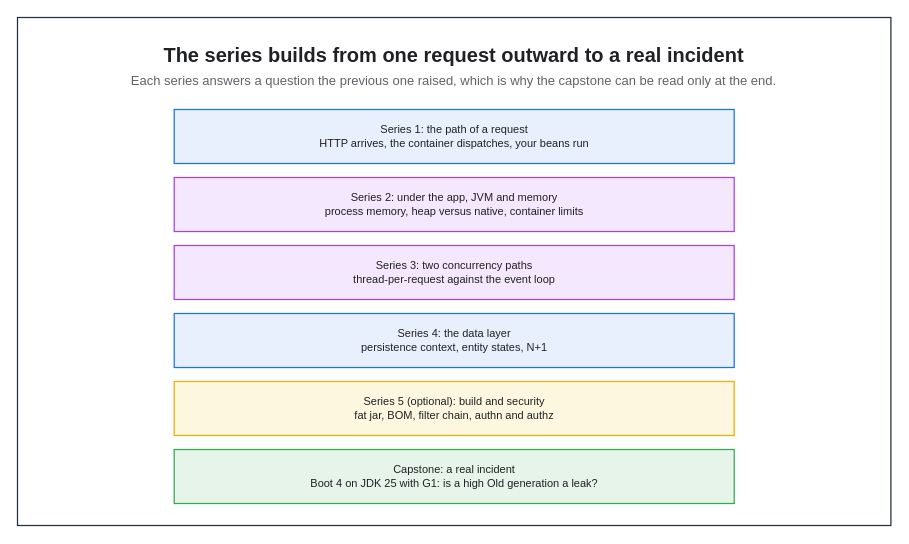
KKamJi98/kkamji98.github.io keeps this draw.io diagram as assets/img/spring/spring-02-reading-order-map.drawio. Above is the earlier version. Source tidied: cells renumbered, new cells numbered last; positions are measured from the earlier drawing's top-left corner, leaving out a move shared by most shapes. Both pictures are drawn from the tidied source at 100%, with x=0, y=0 at pixel (17, 17).
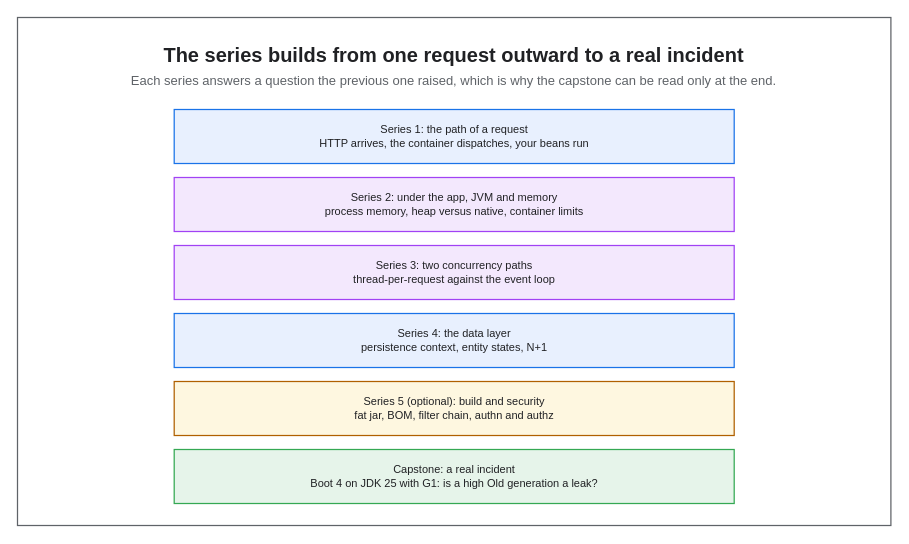
Above is the later version.

The edit, as a diff of the source:
```diff
@@
 <mxGraphModel background="#FFFFFF">
   <root>
     <mxCell id="0" />
     <mxCell id="1" parent="0" />
-    <mxCell id="2" style="rounded=0;html=0;fillColor=none;strokeColor=#232F3E;fontColor=#202124;strokeWidth=1.25;" parent="1" vertex="1">
+    <mxCell id="2" style="rounded=0;html=0;fillColor=none;strokeColor=#5F6368;fontColor=#202124;strokeWidth=1.25;" parent="1" vertex="1">
       <mxGeometry width="873.4" height="508" as="geometry" />
     </mxCell>
     <mxCell id="3" value="The series builds from one request outward to a real incident" style="text;html=0;whiteSpace=wrap;fillColor=none;strokeColor=none;fontColor=#202124;fontSize=20;fontStyle=1;align=center;verticalAlign=middle;" parent="1" vertex="1">
       <mxGeometry x="22" y="22" width="829.4" height="30" as="geometry" />
     </mxCell>
     <mxCell id="4" value="Each series answers a question the previous one raised, which is why the capstone can be read only at the end." style="text;html=0;whiteSpace=wrap;fillColor=none;strokeColor=none;fontColor=#5F6368;fontSize=13;fontStyle=0;align=center;verticalAlign=middle;" parent="1" vertex="1">
       <mxGeometry x="22" y="52" width="829.4" height="22" as="geometry" />
     </mxCell>
     <mxCell id="5" value="Series 1: the path of a request&#10;HTTP arrives, the container dispatches, your beans run" style="rounded=0;whiteSpace=wrap;html=0;fillColor=#E8F0FE;strokeColor=#1A73E8;fontColor=#202124;fontSize=11;fontStyle=0;align=center;verticalAlign=middle;spacingLeft=6;spacingRight=6;strokeWidth=1.25;" parent="1" vertex="1">
       <mxGeometry x="156.7" y="92" width="560" height="54" as="geometry" />
     </mxCell>
     <mxCell id="6" value="Series 2: under the app, JVM and memory&#10;process memory, heap versus native, container limits" style="rounded=0;whiteSpace=wrap;html=0;fillColor=#F3E8FD;strokeColor=#A142F4;fontColor=#202124;fontSize=11;fontStyle=0;align=center;verticalAlign=middle;spacingLeft=6;spacingRight=6;strokeWidth=1.25;" parent="1" vertex="1">
       <mxGeometry x="156.7" y="160" width="560" height="54" as="geometry" />
     </mxCell>
     <mxCell id="7" value="Series 3: two concurrency paths&#10;thread-per-request against the event loop" style="rounded=0;whiteSpace=wrap;html=0;fillColor=#F3E8FD;strokeColor=#A142F4;fontColor=#202124;fontSize=11;fontStyle=0;align=center;verticalAlign=middle;spacingLeft=6;spacingRight=6;strokeWidth=1.25;" parent="1" vertex="1">
       <mxGeometry x="156.7" y="228" width="560" height="54" as="geometry" />
     </mxCell>
     <mxCell id="8" value="Series 4: the data layer&#10;persistence context, entity states, N+1" style="rounded=0;whiteSpace=wrap;html=0;fillColor=#E8F0FE;strokeColor=#1A73E8;fontColor=#202124;fontSize=11;fontStyle=0;align=center;verticalAlign=middle;spacingLeft=6;spacingRight=6;strokeWidth=1.25;" parent="1" vertex="1">
       <mxGeometry x="156.7" y="296" width="560" height="54" as="geometry" />
     </mxCell>
-    <mxCell id="9" value="Series 5 (optional): build and security&#10;fat jar, BOM, filter chain, authn and authz" style="rounded=0;whiteSpace=wrap;html=0;fillColor=#FEF7E0;strokeColor=#F9AB00;fontColor=#202124;fontSize=11;fontStyle=0;align=center;verticalAlign=middle;spacingLeft=6;spacingRight=6;strokeWidth=1.25;" parent="1" vertex="1">
+    <mxCell id="9" value="Series 5 (optional): build and security&#10;fat jar, BOM, filter chain, authn and authz" style="rounded=0;whiteSpace=wrap;html=0;fillColor=#FEF7E0;strokeColor=#B06000;fontColor=#202124;fontSize=11;fontStyle=0;align=center;verticalAlign=middle;spacingLeft=6;spacingRight=6;strokeWidth=1.25;" parent="1" vertex="1">
       <mxGeometry x="156.7" y="364" width="560" height="54" as="geometry" />
     </mxCell>
     <mxCell id="10" value="Capstone: a real incident&#10;Boot 4 on JDK 25 with G1: is a high Old generation a leak?" style="rounded=0;whiteSpace=wrap;html=0;fillColor=#E6F4EA;strokeColor=#34A853;fontColor=#202124;fontSize=11;fontStyle=0;align=center;verticalAlign=middle;spacingLeft=6;spacingRight=6;strokeWidth=1.25;" parent="1" vertex="1">
       <mxGeometry x="156.7" y="432" width="560" height="54" as="geometry" />
     </mxCell>
   </root>
 </mxGraphModel>
```
